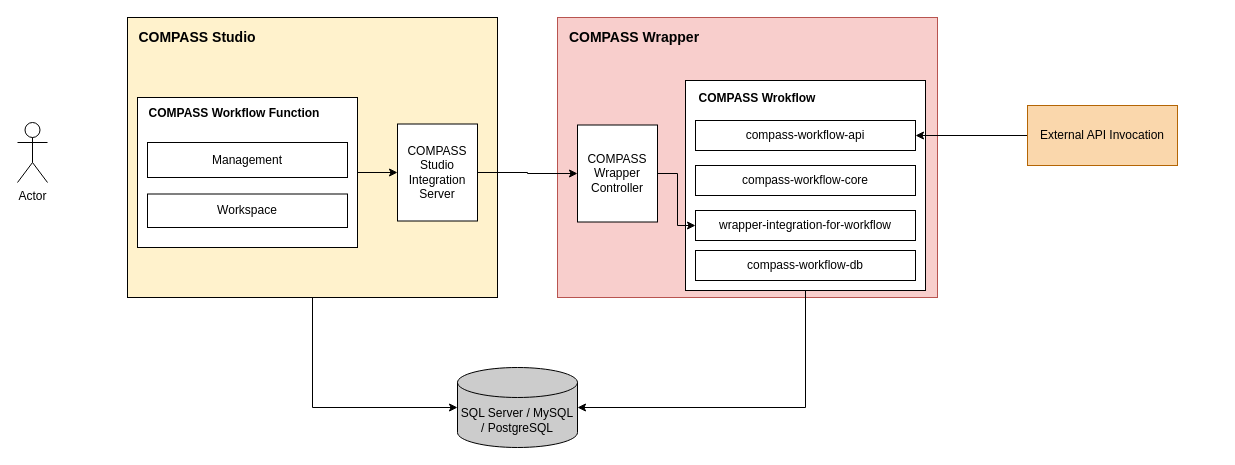
Above: COMPASS Workflow Hight Light.drawio in Linsexit/Inter_te-Lin (draw.io), before the change. Source tidied: cells renumbered, new cells numbered last; positions are measured from the earlier drawing's top-left corner, leaving out a move shared by most shapes. Both pictures are drawn from the tidied source at 100%, with x=0, y=0 at pixel (17, 17).
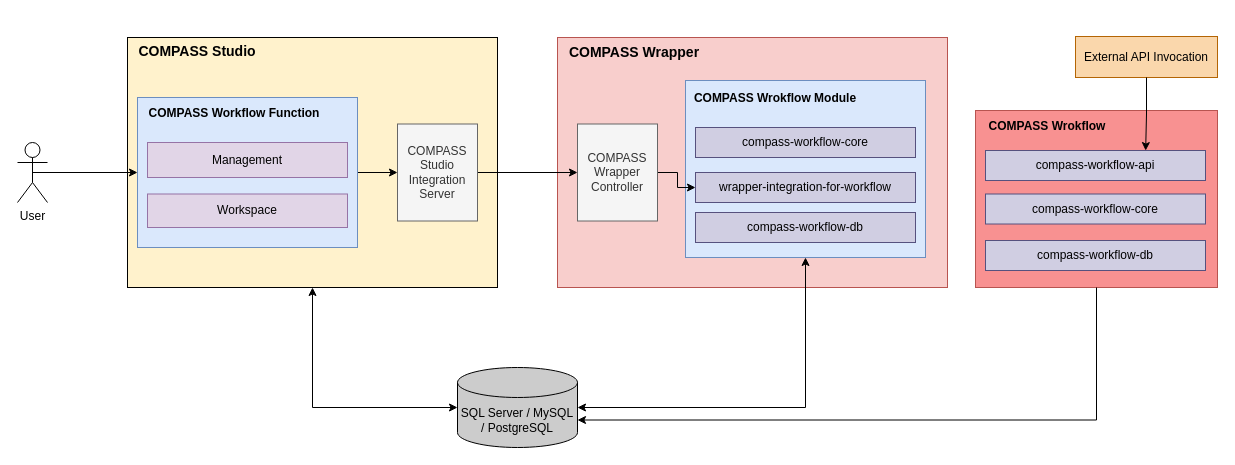
After the change.

The change refers to these unchanged cells:
```xml
<mxCell id="14" value="SQL Server / MySQL / PostgreSQL" style="shape=cylinder3;whiteSpace=wrap;html=1;boundedLbl=1;backgroundOutline=1;size=15;fillColor=#CCCCCC;" parent="1" vertex="1">
  <mxGeometry x="440" y="350" width="120" height="80" as="geometry" />
</mxCell>
```

What changed in the source:
```diff
@@
     <mxCell id="2" value="&lt;div style=&quot;&quot;&gt;&lt;br&gt;&lt;/div&gt;" style="rounded=0;whiteSpace=wrap;html=1;align=center;fillColor=#FFF2CC;" parent="1" vertex="1">
-      <mxGeometry x="110" width="370" height="280" as="geometry" />
+      <mxGeometry x="110" y="20" width="370" height="250" as="geometry" />
     </mxCell>
@@
-    <mxCell id="4" style="rounded=0;whiteSpace=wrap;html=1;" parent="1" vertex="1">
+    <mxCell id="4" style="rounded=0;whiteSpace=wrap;html=1;fillColor=#dae8fc;strokeColor=#6c8ebf;" parent="1" vertex="1">
       <mxGeometry x="120" y="80" width="220" height="150" as="geometry" />
     </mxCell>
-    <mxCell id="5" value="Management" style="rounded=0;whiteSpace=wrap;html=1;" parent="1" vertex="1">
+    <mxCell id="5" value="Management" style="rounded=0;whiteSpace=wrap;html=1;fillColor=#e1d5e7;strokeColor=#9673a6;" parent="1" vertex="1">
       <mxGeometry x="130" y="125" width="200" height="35" as="geometry" />
     </mxCell>
     <mxCell id="6" value="&lt;b&gt;&lt;font style=&quot;font-size: 14px;&quot;&gt;COMPASS Studio&lt;/font&gt;&lt;/b&gt;" style="text;html=1;whiteSpace=wrap;strokeColor=none;fillColor=none;align=center;verticalAlign=middle;rounded=0;" parent="1" vertex="1">
-      <mxGeometry x="120" y="5" width="120" height="30" as="geometry" />
+      <mxGeometry x="120" y="19" width="120" height="30" as="geometry" />
     </mxCell>
-    <mxCell id="7" value="Workspace" style="rounded=0;whiteSpace=wrap;html=1;" parent="1" vertex="1">
+    <mxCell id="7" value="Workspace" style="rounded=0;whiteSpace=wrap;html=1;fillColor=#e1d5e7;strokeColor=#9673a6;" parent="1" vertex="1">
       <mxGeometry x="130" y="176.5" width="200" height="33.5" as="geometry" />
     </mxCell>
     <mxCell id="8" value="&lt;div style=&quot;&quot;&gt;&lt;br&gt;&lt;/div&gt;" style="rounded=0;whiteSpace=wrap;html=1;align=center;fillColor=#f8cecc;strokeColor=#b85450;" parent="1" vertex="1">
-      <mxGeometry x="540" width="380" height="280" as="geometry" />
+      <mxGeometry x="540" y="20" width="390" height="250" as="geometry" />
     </mxCell>
-    <mxCell id="9" style="rounded=0;whiteSpace=wrap;html=1;" parent="1" vertex="1">
-      <mxGeometry x="668" y="63" width="240" height="210" as="geometry" />
+    <mxCell id="9" style="rounded=0;whiteSpace=wrap;html=1;fillColor=#dae8fc;strokeColor=#6c8ebf;" parent="1" vertex="1">
+      <mxGeometry x="668" y="63" width="240" height="177" as="geometry" />
     </mxCell>
     <mxCell id="10" value="&lt;b&gt;&lt;font style=&quot;font-size: 14px;&quot;&gt;COMPASS Wrapper&lt;/font&gt;&lt;/b&gt;" style="text;html=1;whiteSpace=wrap;strokeColor=none;fillColor=none;align=center;verticalAlign=middle;rounded=0;" parent="1" vertex="1">
-      <mxGeometry x="527" y="10" width="180" height="20" as="geometry" />
+      <mxGeometry x="527" y="25" width="180" height="20" as="geometry" />
     </mxCell>
-    <mxCell id="11" value="&lt;b&gt;&lt;font style=&quot;font-size: 12px;&quot;&gt;COMPASS Wrokflow&lt;/font&gt;&lt;/b&gt;" style="text;html=1;whiteSpace=wrap;strokeColor=none;fillColor=none;align=center;verticalAlign=middle;rounded=0;" parent="1" vertex="1">
-      <mxGeometry x="650" y="71" width="180" height="20" as="geometry" />
+    <mxCell id="11" value="&lt;b&gt;&lt;font style=&quot;font-size: 12px;&quot;&gt;COMPASS Wrokflow Module&lt;/font&gt;&lt;/b&gt;" style="text;html=1;whiteSpace=wrap;strokeColor=none;fillColor=none;align=center;verticalAlign=middle;rounded=0;" parent="1" vertex="1">
+      <mxGeometry x="668" y="71" width="180" height="20" as="geometry" />
     </mxCell>
@@
-    <mxCell id="13" value="Actor" style="shape=umlActor;verticalLabelPosition=bottom;verticalAlign=top;html=1;outlineConnect=0;" parent="1" vertex="1">
-      <mxGeometry y="105" width="30" height="60" as="geometry" />
+    <mxCell id="13" value="User" style="shape=umlActor;verticalLabelPosition=bottom;verticalAlign=top;html=1;outlineConnect=0;" parent="1" vertex="1">
+      <mxGeometry y="125" width="30" height="60" as="geometry" />
     </mxCell>
@@
-    <mxCell id="15" value="compass-workflow-api" style="rounded=0;whiteSpace=wrap;html=1;" parent="1" vertex="1">
-      <mxGeometry x="678" y="103" width="220" height="30" as="geometry" />
-    </mxCell>
-    <mxCell id="16" value="compass-workflow-core" style="rounded=0;whiteSpace=wrap;html=1;" parent="1" vertex="1">
-      <mxGeometry x="678" y="148" width="220" height="30" as="geometry" />
+    <mxCell id="16" value="compass-workflow-core" style="rounded=0;whiteSpace=wrap;html=1;fillColor=#d0cee2;strokeColor=#56517e;" parent="1" vertex="1">
+      <mxGeometry x="678" y="110" width="220" height="30" as="geometry" />
     </mxCell>
-    <mxCell id="17" value="wrapper-integration-for-workflow" style="rounded=0;whiteSpace=wrap;html=1;" parent="1" vertex="1">
-      <mxGeometry x="678" y="193" width="220" height="30" as="geometry" />
+    <mxCell id="17" value="wrapper-integration-for-workflow" style="rounded=0;whiteSpace=wrap;html=1;fillColor=#d0cee2;strokeColor=#56517e;" parent="1" vertex="1">
+      <mxGeometry x="678" y="155" width="220" height="30" as="geometry" />
     </mxCell>
-    <mxCell id="18" value="compass-workflow-db" style="rounded=0;whiteSpace=wrap;html=1;" parent="1" vertex="1">
-      <mxGeometry x="678" y="233" width="220" height="30" as="geometry" />
+    <mxCell id="18" value="compass-workflow-db" style="rounded=0;whiteSpace=wrap;html=1;fillColor=#d0cee2;strokeColor=#56517e;" parent="1" vertex="1">
+      <mxGeometry x="678" y="195" width="220" height="30" as="geometry" />
     </mxCell>
@@
-    <mxCell id="20" value="&lt;font face=&quot;Helvetica&quot;&gt;COMPASS Wrapper Controller&lt;/font&gt;" style="rounded=0;whiteSpace=wrap;html=1;" parent="1" vertex="1">
-      <mxGeometry x="560" y="107.5" width="80" height="97" as="geometry" />
+    <mxCell id="20" value="&lt;font face=&quot;Helvetica&quot;&gt;COMPASS Wrapper Controller&lt;/font&gt;" style="rounded=0;whiteSpace=wrap;html=1;fillColor=#f5f5f5;fontColor=#333333;strokeColor=#666666;" parent="1" vertex="1">
+      <mxGeometry x="560" y="106.5" width="80" height="97" as="geometry" />
     </mxCell>
@@
-    <mxCell id="22" value="&lt;font face=&quot;Helvetica&quot;&gt;COMPASS Studio Integration Server&lt;/font&gt;" style="rounded=0;whiteSpace=wrap;html=1;" parent="1" vertex="1">
+    <mxCell id="22" value="&lt;font face=&quot;Helvetica&quot;&gt;COMPASS Studio Integration Server&lt;/font&gt;" style="rounded=0;whiteSpace=wrap;html=1;fillColor=#f5f5f5;fontColor=#333333;strokeColor=#666666;" parent="1" vertex="1">
       <mxGeometry x="380" y="106.5" width="80" height="97" as="geometry" />
     </mxCell>
-    <mxCell id="23" style="edgeStyle=orthogonalEdgeStyle;rounded=0;jettySize=auto;html=1;exitX=0.5;exitY=1;exitDx=0;exitDy=0;entryX=0;entryY=0.5;entryDx=0;entryDy=0;entryPerimeter=0;" parent="1" edge="1" source="2" target="14">
+    <mxCell id="23" style="edgeStyle=orthogonalEdgeStyle;rounded=0;jettySize=auto;html=1;exitX=0.5;exitY=1;exitDx=0;exitDy=0;entryX=0;entryY=0.5;entryDx=0;entryDy=0;entryPerimeter=0;startArrow=classic;startFill=1;" parent="1" edge="1" source="2" target="14">
       <mxGeometry relative="1" as="geometry" />
     </mxCell>
-    <mxCell id="24" style="edgeStyle=orthogonalEdgeStyle;rounded=0;jettySize=auto;html=1;exitX=0.5;exitY=1;exitDx=0;exitDy=0;entryX=1;entryY=0.5;entryDx=0;entryDy=0;entryPerimeter=0;" parent="1" edge="1" source="9" target="14">
+    <mxCell id="24" style="edgeStyle=orthogonalEdgeStyle;rounded=0;jettySize=auto;html=1;exitX=0.5;exitY=1;exitDx=0;exitDy=0;entryX=1;entryY=0.5;entryDx=0;entryDy=0;entryPerimeter=0;startArrow=classic;startFill=1;" parent="1" edge="1" source="9" target="14">
       <mxGeometry relative="1" as="geometry" />
     </mxCell>
+    <mxCell id="26" value="External API Invocation" style="rounded=0;whiteSpace=wrap;html=1;fillColor=#fad7ac;strokeColor=#b46504;" parent="1" vertex="1">
+      <mxGeometry x="1058" y="19" width="142" height="41" as="geometry" />
+    </mxCell>
+    <mxCell id="27" style="edgeStyle=orthogonalEdgeStyle;rounded=0;jettySize=auto;html=1;exitX=0.5;exitY=0.5;exitDx=0;exitDy=0;exitPerimeter=0;entryX=0;entryY=0.5;entryDx=0;entryDy=0;" parent="1" edge="1" source="13" target="4">
+      <mxGeometry relative="1" as="geometry" />
+    </mxCell>
+    <mxCell id="28" style="rounded=0;whiteSpace=wrap;html=1;fillColor=#F89191;strokeColor=#b85450;" parent="1" vertex="1">
+      <mxGeometry x="958" y="93" width="242" height="177" as="geometry" />
+    </mxCell>
+    <mxCell id="29" value="&lt;b&gt;&lt;font style=&quot;font-size: 12px;&quot;&gt;COMPASS Wrokflow&lt;/font&gt;&lt;/b&gt;" style="text;html=1;whiteSpace=wrap;strokeColor=none;fillColor=none;align=center;verticalAlign=middle;rounded=0;" parent="1" vertex="1">
+      <mxGeometry x="940" y="99" width="180" height="20" as="geometry" />
+    </mxCell>
+    <mxCell id="15" value="compass-workflow-api" style="rounded=0;whiteSpace=wrap;html=1;fillColor=#d0cee2;strokeColor=#56517e;" parent="1" vertex="1">
+      <mxGeometry x="968" y="133" width="220" height="30" as="geometry" />
+    </mxCell>
+    <mxCell id="30" value="compass-workflow-core" style="rounded=0;whiteSpace=wrap;html=1;fillColor=#d0cee2;strokeColor=#56517e;" parent="1" vertex="1">
+      <mxGeometry x="968" y="176.5" width="220" height="30" as="geometry" />
+    </mxCell>
+    <mxCell id="31" value="compass-workflow-db" style="rounded=0;whiteSpace=wrap;html=1;fillColor=#d0cee2;strokeColor=#56517e;" parent="1" vertex="1">
+      <mxGeometry x="968" y="223" width="220" height="30" as="geometry" />
+    </mxCell>
-    <mxCell id="25" style="edgeStyle=orthogonalEdgeStyle;rounded=0;jettySize=auto;html=1;exitX=0;exitY=0.5;exitDx=0;exitDy=0;entryX=1;entryY=0.5;entryDx=0;entryDy=0;" parent="1" edge="1" source="26" target="15">
+    <mxCell id="25" style="edgeStyle=orthogonalEdgeStyle;rounded=0;jettySize=auto;html=1;exitX=0.5;exitY=1;exitDx=0;exitDy=0;entryX=0.728;entryY=0.002;entryDx=0;entryDy=0;entryPerimeter=0;" parent="1" edge="1" source="26" target="15">
       <mxGeometry relative="1" as="geometry" />
     </mxCell>
-    <mxCell id="26" value="External API Invocation" style="rounded=0;whiteSpace=wrap;html=1;fillColor=#fad7ac;strokeColor=#b46504;" parent="1" vertex="1">
-      <mxGeometry x="1010" y="88" width="150" height="60" as="geometry" />
-    </mxCell>
+    <mxCell id="32" style="edgeStyle=orthogonalEdgeStyle;rounded=0;jettySize=auto;html=1;exitX=0.5;exitY=1;exitDx=0;exitDy=0;entryX=1;entryY=0;entryDx=0;entryDy=52.5;entryPerimeter=0;" parent="1" edge="1" source="28" target="14">
+      <mxGeometry relative="1" as="geometry" />
+    </mxCell>
```
